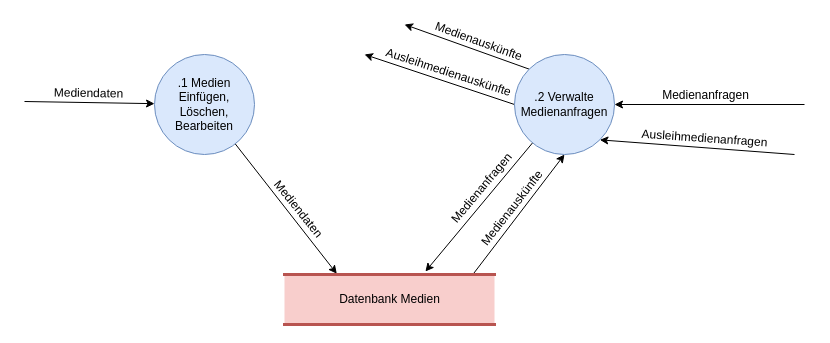
Above: 2_Ontologies/Strukturierte Analyse/DFDs/Level1/DFD_1_Verwalte_Medien.drawio in mostermann96/SWT2 (draw.io), before the change. Source tidied: cells renumbered, new cells numbered last; positions are measured from the earlier drawing's top-left corner, leaving out a move shared by most shapes. Both pictures are drawn from the tidied source at 100%, with x=0, y=0 at pixel (24, 24).
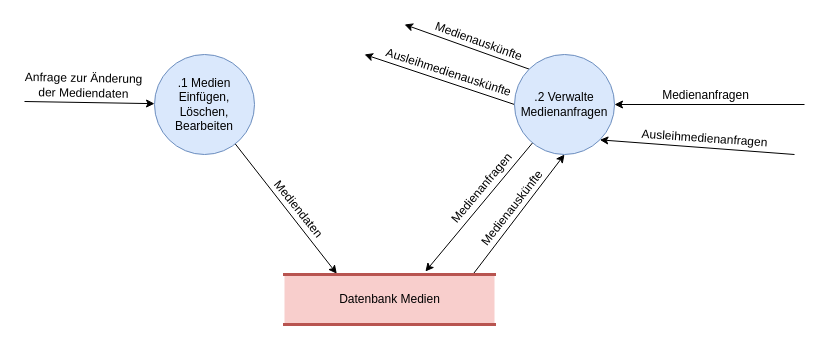
After the change.

Commit message (it also covers changes not shown here):
slight changes to Medien-DFDs, added Medien-Dictionary

The change refers to these unchanged cells:
```xml
<mxCell id="4" style="edgeStyle=none;rounded=0;jettySize=auto;html=1;startArrow=classic;startFill=1;endArrow=none;endFill=0;" parent="1" edge="1" source="6">
  <mxGeometry relative="1" as="geometry">
    <mxPoint y="77" as="targetPoint" />
  </mxGeometry>
</mxCell>
```

Change to the diagram source:
```diff
@@
-    <mxCell id="5" value="Mediendaten" style="text;html=1;align=center;verticalAlign=middle;labelBackgroundColor=#ffffff;rotation=1;" parent="4" vertex="1">
+    <mxCell id="5" value="Anfrage zur Änderung &lt;br&gt;der Mediendaten" style="text;html=1;align=center;verticalAlign=middle;labelBackgroundColor=#ffffff;rotation=1;" parent="4" vertex="1">
       <mxGeometry x="0.47" y="1" relative="1" as="geometry">
-        <mxPoint x="30" y="-10" as="offset" />
+        <mxPoint x="25" y="-18.5" as="offset" />
       </mxGeometry>
     </mxCell>
```
